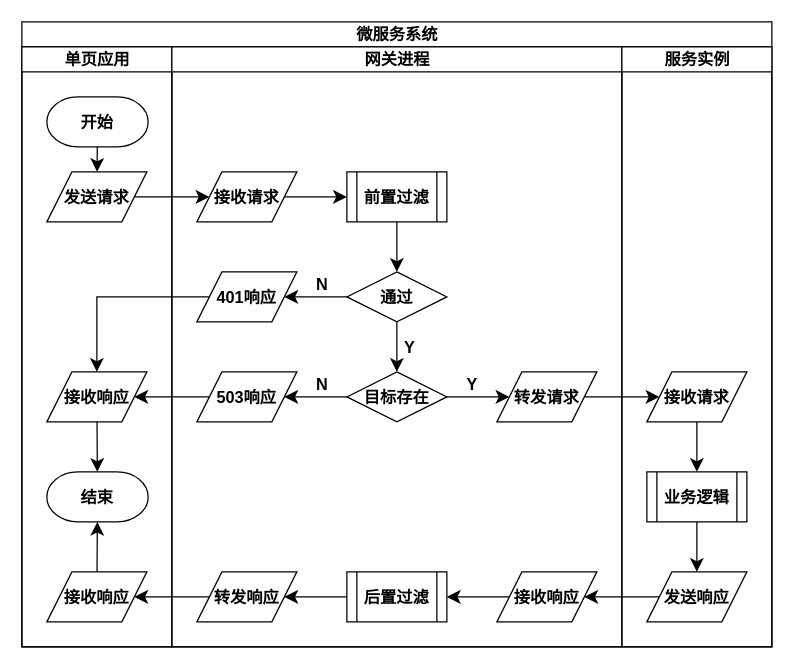
Before: page "网关处理请求流程" (1 of 6) of 程序流程图.drawio in 2302680972/lighteny_diagrams, a draw.io diagram. Source tidied: cells renumbered, new cells numbered last; positions are measured from the earlier drawing's top-left corner, leaving out a move shared by most shapes. Both pictures are drawn from the tidied source at 125%, with x=0, y=0 at pixel (21, 21).
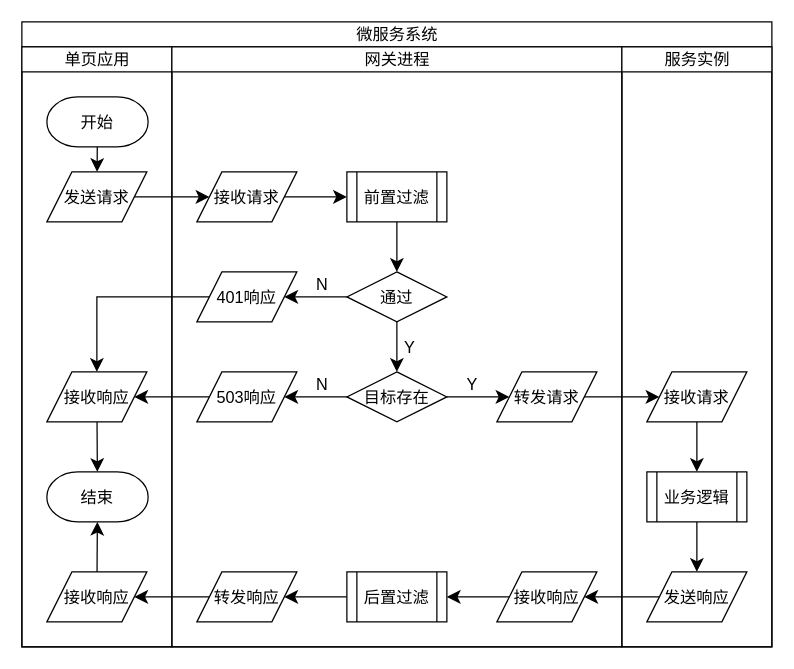
Above is the later version.

Diff of the diagram source:
```diff
@@
-    <mxCell id="2" value="微服务系统" style="swimlane;startSize=20;html=1;fontSize=13;fontFamily=宋体;align=center;fontStyle=1;" parent="1" vertex="1">
+    <mxCell id="2" value="微服务系统" style="swimlane;startSize=20;html=1;fontSize=13;fontFamily=宋体;align=center;fontStyle=0;" parent="1" vertex="1">
       <mxGeometry width="600" height="500" as="geometry" />
     </mxCell>
-    <mxCell id="3" value="单页应用" style="swimlane;startSize=20;html=1;fontSize=13;fontFamily=宋体;align=center;fontStyle=1;" parent="2" vertex="1">
+    <mxCell id="3" value="单页应用" style="swimlane;startSize=20;html=1;fontSize=13;fontFamily=宋体;align=center;fontStyle=0;" parent="2" vertex="1">
       <mxGeometry y="20" width="120" height="480" as="geometry" />
     </mxCell>
-    <mxCell id="4" style="edgeStyle=none;curved=1;rounded=0;jettySize=auto;html=1;fontSize=13;startSize=8;endSize=8;fontFamily=宋体;align=center;fontStyle=1;" parent="3" edge="1" source="5" target="6">
+    <mxCell id="4" style="edgeStyle=none;curved=1;rounded=0;jettySize=auto;html=1;fontSize=13;startSize=8;endSize=8;fontFamily=宋体;align=center;fontStyle=0;" parent="3" edge="1" source="5" target="6">
       <mxGeometry relative="1" as="geometry" />
     </mxCell>
-    <mxCell id="5" value="开始" style="strokeWidth=1;html=1;shape=mxgraph.flowchart.terminator;whiteSpace=wrap;fontSize=13;fontFamily=宋体;align=center;fontStyle=1;" parent="3" vertex="1">
+    <mxCell id="5" value="开始" style="strokeWidth=1;html=1;shape=mxgraph.flowchart.terminator;whiteSpace=wrap;fontSize=13;fontFamily=宋体;align=center;fontStyle=0;" parent="3" vertex="1">
       <mxGeometry x="20" y="40" width="81" height="40" as="geometry" />
     </mxCell>
-    <mxCell id="6" value="发送请求" style="shape=parallelogram;perimeter=parallelogramPerimeter;whiteSpace=wrap;html=1;fixedSize=1;size=20;fontSize=13;fontFamily=宋体;align=center;fontStyle=1;" parent="3" vertex="1">
+    <mxCell id="6" value="发送请求" style="shape=parallelogram;perimeter=parallelogramPerimeter;whiteSpace=wrap;html=1;fixedSize=1;size=20;fontSize=13;fontFamily=宋体;align=center;fontStyle=0;" parent="3" vertex="1">
       <mxGeometry x="20" y="100" width="80" height="40" as="geometry" />
     </mxCell>
-    <mxCell id="7" style="edgeStyle=none;curved=1;rounded=0;jettySize=auto;html=1;fontSize=13;startSize=8;endSize=8;fontFamily=宋体;align=center;fontStyle=1;" parent="3" edge="1" source="8" target="11">
+    <mxCell id="7" style="edgeStyle=none;curved=1;rounded=0;jettySize=auto;html=1;fontSize=13;startSize=8;endSize=8;fontFamily=宋体;align=center;fontStyle=0;" parent="3" edge="1" source="8" target="11">
       <mxGeometry relative="1" as="geometry" />
     </mxCell>
-    <mxCell id="8" value="接收响应" style="shape=parallelogram;perimeter=parallelogramPerimeter;whiteSpace=wrap;html=1;fixedSize=1;size=20;fontSize=13;fontFamily=宋体;align=center;fontStyle=1;" parent="3" vertex="1">
+    <mxCell id="8" value="接收响应" style="shape=parallelogram;perimeter=parallelogramPerimeter;whiteSpace=wrap;html=1;fixedSize=1;size=20;fontSize=13;fontFamily=宋体;align=center;fontStyle=0;" parent="3" vertex="1">
       <mxGeometry x="20" y="260" width="80" height="40" as="geometry" />
     </mxCell>
-    <mxCell id="9" style="edgeStyle=none;curved=1;rounded=0;jettySize=auto;html=1;fontSize=13;startSize=8;endSize=8;fontFamily=宋体;align=center;fontStyle=1;" parent="3" edge="1" source="10" target="11">
+    <mxCell id="9" style="edgeStyle=none;curved=1;rounded=0;jettySize=auto;html=1;fontSize=13;startSize=8;endSize=8;fontFamily=宋体;align=center;fontStyle=0;" parent="3" edge="1" source="10" target="11">
       <mxGeometry relative="1" as="geometry" />
     </mxCell>
-    <mxCell id="10" value="接收响应" style="shape=parallelogram;perimeter=parallelogramPerimeter;whiteSpace=wrap;html=1;fixedSize=1;size=20;fontSize=13;fontFamily=宋体;align=center;fontStyle=1;" parent="3" vertex="1">
+    <mxCell id="10" value="接收响应" style="shape=parallelogram;perimeter=parallelogramPerimeter;whiteSpace=wrap;html=1;fixedSize=1;size=20;fontSize=13;fontFamily=宋体;align=center;fontStyle=0;" parent="3" vertex="1">
       <mxGeometry x="20" y="420" width="80" height="40" as="geometry" />
     </mxCell>
-    <mxCell id="11" value="结束" style="strokeWidth=1;html=1;shape=mxgraph.flowchart.terminator;whiteSpace=wrap;fontSize=13;fontFamily=宋体;align=center;fontStyle=1;" parent="3" vertex="1">
+    <mxCell id="11" value="结束" style="strokeWidth=1;html=1;shape=mxgraph.flowchart.terminator;whiteSpace=wrap;fontSize=13;fontFamily=宋体;align=center;fontStyle=0;" parent="3" vertex="1">
       <mxGeometry x="20" y="340" width="81" height="40" as="geometry" />
     </mxCell>
-    <mxCell id="12" value="网关进程" style="swimlane;startSize=20;html=1;fontSize=13;fontFamily=宋体;align=center;fontStyle=1;" parent="2" vertex="1">
+    <mxCell id="12" value="网关进程" style="swimlane;startSize=20;html=1;fontSize=13;fontFamily=宋体;align=center;fontStyle=0;" parent="2" vertex="1">
       <mxGeometry x="120" y="20" width="360" height="480" as="geometry" />
     </mxCell>
-    <mxCell id="13" value="N" style="edgeStyle=none;curved=1;rounded=0;jettySize=auto;html=1;fontSize=13;startSize=8;endSize=8;fontFamily=宋体;align=center;fontStyle=1;" parent="12" edge="1" source="15" target="18">
+    <mxCell id="13" value="N" style="edgeStyle=none;curved=1;rounded=0;jettySize=auto;html=1;fontSize=13;startSize=8;endSize=8;fontFamily=宋体;align=center;fontStyle=0;" parent="12" edge="1" source="15" target="18">
       <mxGeometry x="-0.2" y="-10" relative="1" as="geometry">
         <Array as="points">
           <mxPoint x="120" y="280" />
         </Array>
       </mxGeometry>
     </mxCell>
-    <mxCell id="14" value="Y" style="edgeStyle=none;curved=1;rounded=0;jettySize=auto;html=1;fontSize=13;startSize=8;endSize=8;fontFamily=宋体;align=center;fontStyle=1;" parent="12" edge="1" source="15" target="19">
+    <mxCell id="14" value="Y" style="edgeStyle=none;curved=1;rounded=0;jettySize=auto;html=1;fontSize=13;startSize=8;endSize=8;fontFamily=宋体;align=center;fontStyle=0;" parent="12" edge="1" source="15" target="19">
       <mxGeometry x="-0.2" y="10" relative="1" as="geometry" />
     </mxCell>
-    <mxCell id="15" value="目标存在" style="strokeWidth=1;html=1;shape=mxgraph.flowchart.decision;whiteSpace=wrap;fontSize=13;fontFamily=宋体;align=center;fontStyle=1;" parent="12" vertex="1">
+    <mxCell id="15" value="目标存在" style="strokeWidth=1;html=1;shape=mxgraph.flowchart.decision;whiteSpace=wrap;fontSize=13;fontFamily=宋体;align=center;fontStyle=0;" parent="12" vertex="1">
       <mxGeometry x="140" y="260" width="80" height="40" as="geometry" />
     </mxCell>
-    <mxCell id="16" style="edgeStyle=none;curved=1;rounded=0;jettySize=auto;html=1;fontSize=13;startSize=8;endSize=8;fontFamily=宋体;align=center;fontStyle=1;" parent="12" edge="1" source="17" target="24">
+    <mxCell id="16" style="edgeStyle=none;curved=1;rounded=0;jettySize=auto;html=1;fontSize=13;startSize=8;endSize=8;fontFamily=宋体;align=center;fontStyle=0;" parent="12" edge="1" source="17" target="24">
       <mxGeometry relative="1" as="geometry" />
     </mxCell>
-    <mxCell id="17" value="接收请求" style="shape=parallelogram;perimeter=parallelogramPerimeter;whiteSpace=wrap;html=1;fixedSize=1;size=20;fontSize=13;fontFamily=宋体;align=center;fontStyle=1;" parent="12" vertex="1">
+    <mxCell id="17" value="接收请求" style="shape=parallelogram;perimeter=parallelogramPerimeter;whiteSpace=wrap;html=1;fixedSize=1;size=20;fontSize=13;fontFamily=宋体;align=center;fontStyle=0;" parent="12" vertex="1">
       <mxGeometry x="20" y="100" width="80" height="40" as="geometry" />
     </mxCell>
-    <mxCell id="18" value="503响应" style="shape=parallelogram;perimeter=parallelogramPerimeter;whiteSpace=wrap;html=1;fixedSize=1;size=20;fontSize=13;fontFamily=宋体;align=center;fontStyle=1;" parent="12" vertex="1">
+    <mxCell id="18" value="503响应" style="shape=parallelogram;perimeter=parallelogramPerimeter;whiteSpace=wrap;html=1;fixedSize=1;size=20;fontSize=13;fontFamily=宋体;align=center;fontStyle=0;" parent="12" vertex="1">
       <mxGeometry x="20" y="260" width="80" height="40" as="geometry" />
     </mxCell>
-    <mxCell id="19" value="转发请求" style="shape=parallelogram;perimeter=parallelogramPerimeter;whiteSpace=wrap;html=1;fixedSize=1;size=20;fontSize=13;fontFamily=宋体;align=center;fontStyle=1;" parent="12" vertex="1">
+    <mxCell id="19" value="转发请求" style="shape=parallelogram;perimeter=parallelogramPerimeter;whiteSpace=wrap;html=1;fixedSize=1;size=20;fontSize=13;fontFamily=宋体;align=center;fontStyle=0;" parent="12" vertex="1">
       <mxGeometry x="260" y="260" width="80" height="40" as="geometry" />
     </mxCell>
-    <mxCell id="20" value="Y" style="edgeStyle=none;curved=1;rounded=0;jettySize=auto;html=1;fontSize=13;startSize=8;endSize=8;fontFamily=宋体;align=center;fontStyle=1;" parent="12" edge="1" source="22" target="15">
+    <mxCell id="20" value="Y" style="edgeStyle=none;curved=1;rounded=0;jettySize=auto;html=1;fontSize=13;startSize=8;endSize=8;fontFamily=宋体;align=center;fontStyle=0;" parent="12" edge="1" source="22" target="15">
       <mxGeometry y="10" relative="1" as="geometry" />
     </mxCell>
-    <mxCell id="21" value="N" style="edgeStyle=none;curved=1;rounded=0;jettySize=auto;html=1;fontSize=13;startSize=8;endSize=8;fontFamily=宋体;align=center;fontStyle=1;" parent="12" edge="1" source="22" target="25">
+    <mxCell id="21" value="N" style="edgeStyle=none;curved=1;rounded=0;jettySize=auto;html=1;fontSize=13;startSize=8;endSize=8;fontFamily=宋体;align=center;fontStyle=0;" parent="12" edge="1" source="22" target="25">
       <mxGeometry x="-0.2" y="-10" relative="1" as="geometry" />
     </mxCell>
-    <mxCell id="22" value="通过" style="strokeWidth=1;html=1;shape=mxgraph.flowchart.decision;whiteSpace=wrap;fontSize=13;fontFamily=宋体;align=center;fontStyle=1;" parent="12" vertex="1">
+    <mxCell id="22" value="通过" style="strokeWidth=1;html=1;shape=mxgraph.flowchart.decision;whiteSpace=wrap;fontSize=13;fontFamily=宋体;align=center;fontStyle=0;" parent="12" vertex="1">
       <mxGeometry x="140" y="180" width="80" height="40" as="geometry" />
     </mxCell>
-    <mxCell id="23" style="edgeStyle=none;curved=1;rounded=0;jettySize=auto;html=1;fontSize=13;startSize=8;endSize=8;fontFamily=宋体;align=center;fontStyle=1;" parent="12" edge="1" source="24" target="22">
+    <mxCell id="23" style="edgeStyle=none;curved=1;rounded=0;jettySize=auto;html=1;fontSize=13;startSize=8;endSize=8;fontFamily=宋体;align=center;fontStyle=0;" parent="12" edge="1" source="24" target="22">
       <mxGeometry relative="1" as="geometry" />
     </mxCell>
-    <mxCell id="24" value="&lt;div style=&quot;font-size: 13px;&quot;&gt;前置过滤&lt;/div&gt;" style="shape=process;whiteSpace=wrap;html=1;backgroundOutline=1;fontSize=13;fontFamily=宋体;align=center;fontStyle=1;" parent="12" vertex="1">
+    <mxCell id="24" value="&lt;div style=&quot;font-size: 13px;&quot;&gt;前置过滤&lt;/div&gt;" style="shape=process;whiteSpace=wrap;html=1;backgroundOutline=1;fontSize=13;fontFamily=宋体;align=center;fontStyle=0;" parent="12" vertex="1">
       <mxGeometry x="140" y="100" width="80" height="40" as="geometry" />
     </mxCell>
-    <mxCell id="25" value="401响应" style="shape=parallelogram;perimeter=parallelogramPerimeter;whiteSpace=wrap;html=1;fixedSize=1;size=20;fontSize=13;fontFamily=宋体;align=center;fontStyle=1;" parent="12" vertex="1">
+    <mxCell id="25" value="401响应" style="shape=parallelogram;perimeter=parallelogramPerimeter;whiteSpace=wrap;html=1;fixedSize=1;size=20;fontSize=13;fontFamily=宋体;align=center;fontStyle=0;" parent="12" vertex="1">
       <mxGeometry x="20" y="180" width="80" height="40" as="geometry" />
     </mxCell>
-    <mxCell id="26" style="edgeStyle=none;curved=1;rounded=0;jettySize=auto;html=1;fontSize=13;startSize=8;endSize=8;fontFamily=宋体;align=center;fontStyle=1;" parent="12" edge="1" source="27" target="29">
+    <mxCell id="26" style="edgeStyle=none;curved=1;rounded=0;jettySize=auto;html=1;fontSize=13;startSize=8;endSize=8;fontFamily=宋体;align=center;fontStyle=0;" parent="12" edge="1" source="27" target="29">
       <mxGeometry relative="1" as="geometry" />
     </mxCell>
-    <mxCell id="27" value="接收响应" style="shape=parallelogram;perimeter=parallelogramPerimeter;whiteSpace=wrap;html=1;fixedSize=1;size=20;fontSize=13;fontFamily=宋体;align=center;fontStyle=1;" parent="12" vertex="1">
+    <mxCell id="27" value="接收响应" style="shape=parallelogram;perimeter=parallelogramPerimeter;whiteSpace=wrap;html=1;fixedSize=1;size=20;fontSize=13;fontFamily=宋体;align=center;fontStyle=0;" parent="12" vertex="1">
       <mxGeometry x="260" y="420" width="80" height="40" as="geometry" />
     </mxCell>
-    <mxCell id="28" style="edgeStyle=none;curved=1;rounded=0;jettySize=auto;html=1;fontSize=13;startSize=8;endSize=8;fontFamily=宋体;align=center;fontStyle=1;" parent="12" edge="1" source="29" target="30">
+    <mxCell id="28" style="edgeStyle=none;curved=1;rounded=0;jettySize=auto;html=1;fontSize=13;startSize=8;endSize=8;fontFamily=宋体;align=center;fontStyle=0;" parent="12" edge="1" source="29" target="30">
       <mxGeometry relative="1" as="geometry" />
     </mxCell>
-    <mxCell id="29" value="&lt;div style=&quot;font-size: 13px;&quot;&gt;后置过滤&lt;/div&gt;" style="shape=process;whiteSpace=wrap;html=1;backgroundOutline=1;fontSize=13;fontFamily=宋体;align=center;fontStyle=1;" parent="12" vertex="1">
+    <mxCell id="29" value="&lt;div style=&quot;font-size: 13px;&quot;&gt;后置过滤&lt;/div&gt;" style="shape=process;whiteSpace=wrap;html=1;backgroundOutline=1;fontSize=13;fontFamily=宋体;align=center;fontStyle=0;" parent="12" vertex="1">
       <mxGeometry x="140" y="420" width="80" height="40" as="geometry" />
     </mxCell>
-    <mxCell id="30" value="转发响应" style="shape=parallelogram;perimeter=parallelogramPerimeter;whiteSpace=wrap;html=1;fixedSize=1;size=20;fontSize=13;fontFamily=宋体;align=center;fontStyle=1;" parent="12" vertex="1">
+    <mxCell id="30" value="转发响应" style="shape=parallelogram;perimeter=parallelogramPerimeter;whiteSpace=wrap;html=1;fixedSize=1;size=20;fontSize=13;fontFamily=宋体;align=center;fontStyle=0;" parent="12" vertex="1">
       <mxGeometry x="20" y="420" width="80" height="40" as="geometry" />
     </mxCell>
-    <mxCell id="31" value="服务实例" style="swimlane;startSize=20;html=1;fontSize=13;fontFamily=宋体;align=center;fontStyle=1;" parent="2" vertex="1">
+    <mxCell id="31" value="服务实例" style="swimlane;startSize=20;html=1;fontSize=13;fontFamily=宋体;align=center;fontStyle=0;" parent="2" vertex="1">
       <mxGeometry x="480" y="20" width="120" height="480" as="geometry" />
     </mxCell>
-    <mxCell id="32" style="edgeStyle=none;curved=1;rounded=0;jettySize=auto;html=1;fontSize=13;startSize=8;endSize=8;fontFamily=宋体;align=center;fontStyle=1;" parent="31" edge="1" source="33" target="35">
+    <mxCell id="32" style="edgeStyle=none;curved=1;rounded=0;jettySize=auto;html=1;fontSize=13;startSize=8;endSize=8;fontFamily=宋体;align=center;fontStyle=0;" parent="31" edge="1" source="33" target="35">
       <mxGeometry relative="1" as="geometry" />
     </mxCell>
-    <mxCell id="33" value="接收请求" style="shape=parallelogram;perimeter=parallelogramPerimeter;whiteSpace=wrap;html=1;fixedSize=1;size=20;fontSize=13;fontFamily=宋体;align=center;fontStyle=1;" parent="31" vertex="1">
+    <mxCell id="33" value="接收请求" style="shape=parallelogram;perimeter=parallelogramPerimeter;whiteSpace=wrap;html=1;fixedSize=1;size=20;fontSize=13;fontFamily=宋体;align=center;fontStyle=0;" parent="31" vertex="1">
       <mxGeometry x="20" y="260" width="80" height="40" as="geometry" />
     </mxCell>
-    <mxCell id="34" style="edgeStyle=none;curved=1;rounded=0;jettySize=auto;html=1;fontSize=13;startSize=8;endSize=8;fontFamily=宋体;align=center;fontStyle=1;" parent="31" edge="1" source="35" target="36">
+    <mxCell id="34" style="edgeStyle=none;curved=1;rounded=0;jettySize=auto;html=1;fontSize=13;startSize=8;endSize=8;fontFamily=宋体;align=center;fontStyle=0;" parent="31" edge="1" source="35" target="36">
       <mxGeometry relative="1" as="geometry" />
     </mxCell>
-    <mxCell id="35" value="业务逻辑&lt;div style=&quot;font-size: 13px;&quot;&gt;&lt;/div&gt;" style="shape=process;whiteSpace=wrap;html=1;backgroundOutline=1;fontSize=13;fontFamily=宋体;align=center;fontStyle=1;" parent="31" vertex="1">
+    <mxCell id="35" value="业务逻辑&lt;div style=&quot;font-size: 13px;&quot;&gt;&lt;/div&gt;" style="shape=process;whiteSpace=wrap;html=1;backgroundOutline=1;fontSize=13;fontFamily=宋体;align=center;fontStyle=0;" parent="31" vertex="1">
       <mxGeometry x="20" y="340" width="80" height="40" as="geometry" />
     </mxCell>
-    <mxCell id="36" value="发送响应" style="shape=parallelogram;perimeter=parallelogramPerimeter;whiteSpace=wrap;html=1;fixedSize=1;size=20;fontSize=13;fontFamily=宋体;align=center;fontStyle=1;" parent="31" vertex="1">
+    <mxCell id="36" value="发送响应" style="shape=parallelogram;perimeter=parallelogramPerimeter;whiteSpace=wrap;html=1;fixedSize=1;size=20;fontSize=13;fontFamily=宋体;align=center;fontStyle=0;" parent="31" vertex="1">
       <mxGeometry x="20" y="420" width="80" height="40" as="geometry" />
     </mxCell>
-    <mxCell id="37" style="edgeStyle=none;curved=1;rounded=0;jettySize=auto;html=1;fontSize=13;startSize=8;endSize=8;fontFamily=宋体;align=center;fontStyle=1;" parent="2" edge="1" source="6" target="17">
+    <mxCell id="37" style="edgeStyle=none;curved=1;rounded=0;jettySize=auto;html=1;fontSize=13;startSize=8;endSize=8;fontFamily=宋体;align=center;fontStyle=0;" parent="2" edge="1" source="6" target="17">
       <mxGeometry relative="1" as="geometry" />
     </mxCell>
-    <mxCell id="38" style="edgeStyle=none;curved=1;rounded=0;jettySize=auto;html=1;fontSize=13;startSize=8;endSize=8;fontFamily=宋体;align=center;fontStyle=1;" parent="2" edge="1" source="18" target="8">
+    <mxCell id="38" style="edgeStyle=none;curved=1;rounded=0;jettySize=auto;html=1;fontSize=13;startSize=8;endSize=8;fontFamily=宋体;align=center;fontStyle=0;" parent="2" edge="1" source="18" target="8">
       <mxGeometry relative="1" as="geometry" />
     </mxCell>
-    <mxCell id="39" style="edgeStyle=none;curved=1;rounded=0;jettySize=auto;html=1;fontSize=13;startSize=8;endSize=8;fontFamily=宋体;align=center;fontStyle=1;" parent="2" edge="1" source="19" target="33">
+    <mxCell id="39" style="edgeStyle=none;curved=1;rounded=0;jettySize=auto;html=1;fontSize=13;startSize=8;endSize=8;fontFamily=宋体;align=center;fontStyle=0;" parent="2" edge="1" source="19" target="33">
       <mxGeometry relative="1" as="geometry" />
     </mxCell>
-    <mxCell id="40" style="edgeStyle=orthogonalEdgeStyle;rounded=0;jettySize=auto;html=1;fontSize=13;startSize=8;endSize=8;fontFamily=宋体;align=center;fontStyle=1;" parent="2" edge="1" source="25" target="8">
+    <mxCell id="40" style="edgeStyle=orthogonalEdgeStyle;rounded=0;jettySize=auto;html=1;fontSize=13;startSize=8;endSize=8;fontFamily=宋体;align=center;fontStyle=0;" parent="2" edge="1" source="25" target="8">
       <mxGeometry relative="1" as="geometry" />
     </mxCell>
-    <mxCell id="41" style="edgeStyle=none;curved=1;rounded=0;jettySize=auto;html=1;fontSize=13;startSize=8;endSize=8;fontFamily=宋体;align=center;fontStyle=1;" parent="2" edge="1" source="36" target="27">
+    <mxCell id="41" style="edgeStyle=none;curved=1;rounded=0;jettySize=auto;html=1;fontSize=13;startSize=8;endSize=8;fontFamily=宋体;align=center;fontStyle=0;" parent="2" edge="1" source="36" target="27">
       <mxGeometry relative="1" as="geometry" />
     </mxCell>
-    <mxCell id="42" style="edgeStyle=none;curved=1;rounded=0;jettySize=auto;html=1;fontSize=13;startSize=8;endSize=8;fontFamily=宋体;align=center;fontStyle=1;" parent="2" edge="1" source="30" target="10">
+    <mxCell id="42" style="edgeStyle=none;curved=1;rounded=0;jettySize=auto;html=1;fontSize=13;startSize=8;endSize=8;fontFamily=宋体;align=center;fontStyle=0;" parent="2" edge="1" source="30" target="10">
       <mxGeometry relative="1" as="geometry" />
     </mxCell>
```
